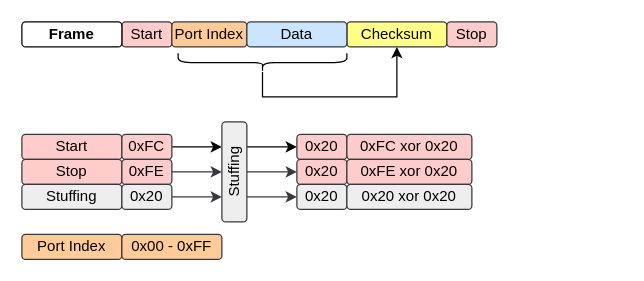
Earlier version of the draw.io diagram page "Protocol" (1 of 2) of Common/UartMultiplexer.drawio (sampidevkit/Library). Source tidied: cells renumbered, new cells numbered last; positions are measured from the earlier drawing's top-left corner, leaving out a move shared by most shapes. Both pictures are drawn from the tidied source at 125%, with x=0, y=0 at pixel (21, 21).
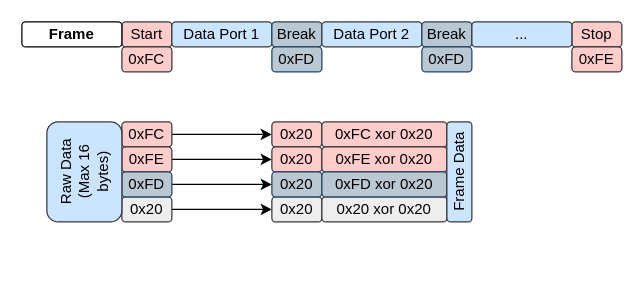
The same page after the edit.

The edit, as a diff of the source:
```diff
@@
-    <mxCell id="2" value="Checksum" style="rounded=1;whiteSpace=wrap;html=1;align=center;fillColor=#ffff88;strokeColor=#36393d;" parent="1" vertex="1">
-      <mxGeometry x="260" width="80" height="20" as="geometry" />
-    </mxCell>
@@
     <mxCell id="4" value="Stop" style="rounded=1;whiteSpace=wrap;html=1;fillColor=#ffcccc;strokeColor=#36393d;" parent="1" vertex="1">
-      <mxGeometry x="340" width="40" height="20" as="geometry" />
+      <mxGeometry x="440" width="40" height="20" as="geometry" />
     </mxCell>
@@
-    <mxCell id="6" value="Port Index" style="rounded=1;whiteSpace=wrap;html=1;fillColor=#ffcc99;strokeColor=#36393d;" parent="1" vertex="1">
-      <mxGeometry x="120" width="60" height="20" as="geometry" />
-    </mxCell>
-    <mxCell id="7" value="Data" style="rounded=1;whiteSpace=wrap;html=1;fillColor=#cce5ff;strokeColor=#36393d;" parent="1" vertex="1">
-      <mxGeometry x="180" width="80" height="20" as="geometry" />
+    <mxCell id="7" value="Data Port 1" style="rounded=1;whiteSpace=wrap;html=1;fillColor=#cce5ff;strokeColor=#36393d;" parent="1" vertex="1">
+      <mxGeometry x="120" width="80" height="20" as="geometry" />
     </mxCell>
-    <mxCell id="8" style="edgeStyle=orthogonalEdgeStyle;rounded=0;jettySize=auto;html=1;entryX=0.5;entryY=1;entryDx=0;entryDy=0;" parent="1" edge="1" source="9" target="2">
-      <mxGeometry relative="1" as="geometry">
-        <Array as="points">
-          <mxPoint x="193" y="60" />
-          <mxPoint x="300" y="60" />
-        </Array>
-      </mxGeometry>
-    </mxCell>
-    <mxCell id="9" style="shape=curlyBracket;whiteSpace=wrap;html=1;rounded=1;flipH=1;labelPosition=right;verticalLabelPosition=middle;align=left;verticalAlign=middle;direction=north;" parent="1" vertex="1">
-      <mxGeometry x="125" y="25" width="135" height="15" as="geometry" />
-    </mxCell>
-    <mxCell id="10" value="Start" style="rounded=1;whiteSpace=wrap;html=1;fillColor=#ffcccc;strokeColor=#36393d;" parent="1" vertex="1">
-      <mxGeometry y="90" width="80" height="20" as="geometry" />
-    </mxCell>
-    <mxCell id="11" value="Stop" style="rounded=1;whiteSpace=wrap;html=1;fillColor=#ffcccc;strokeColor=#36393d;" parent="1" vertex="1">
-      <mxGeometry y="110" width="80" height="20" as="geometry" />
-    </mxCell>
-    <mxCell id="12" value="Port Index" style="rounded=1;whiteSpace=wrap;html=1;fillColor=#ffcc99;strokeColor=#36393d;" parent="1" vertex="1">
-      <mxGeometry y="170" width="80" height="20" as="geometry" />
-    </mxCell>
-    <mxCell id="13" style="edgeStyle=orthogonalEdgeStyle;rounded=0;jettySize=auto;html=1;entryX=0.75;entryY=0;entryDx=0;entryDy=0;" parent="1" edge="1" source="14" target="21">
-      <mxGeometry relative="1" as="geometry" />
-    </mxCell>
+    <mxCell id="31" style="edgeStyle=orthogonalEdgeStyle;rounded=0;jettySize=auto;html=1;entryX=0;entryY=0.5;entryDx=0;entryDy=0;" parent="1" edge="1" source="14" target="22">
+      <mxGeometry relative="1" as="geometry" />
+    </mxCell>
     <mxCell id="14" value="0xFC" style="rounded=1;whiteSpace=wrap;html=1;fillColor=#ffcccc;strokeColor=#36393d;" parent="1" vertex="1">
-      <mxGeometry x="80" y="90" width="40" height="20" as="geometry" />
+      <mxGeometry x="80" y="80" width="40" height="20" as="geometry" />
     </mxCell>
-    <mxCell id="15" style="edgeStyle=orthogonalEdgeStyle;rounded=0;jettySize=auto;html=1;entryX=0.5;entryY=0;entryDx=0;entryDy=0;fillColor=#ffcccc;strokeColor=#36393d;" parent="1" edge="1" source="16" target="21">
-      <mxGeometry relative="1" as="geometry" />
-    </mxCell>
+    <mxCell id="32" style="edgeStyle=orthogonalEdgeStyle;rounded=0;jettySize=auto;html=1;entryX=0;entryY=0.5;entryDx=0;entryDy=0;" parent="1" edge="1" source="16" target="27">
+      <mxGeometry relative="1" as="geometry" />
+    </mxCell>
     <mxCell id="16" value="0xFE" style="rounded=1;whiteSpace=wrap;html=1;fillColor=#ffcccc;strokeColor=#36393d;" parent="1" vertex="1">
-      <mxGeometry x="80" y="110" width="40" height="20" as="geometry" />
+      <mxGeometry x="80" y="100" width="40" height="20" as="geometry" />
     </mxCell>
-    <mxCell id="17" value="0x00 - 0xFF" style="rounded=1;whiteSpace=wrap;html=1;fillColor=#ffcc99;strokeColor=#36393d;" parent="1" vertex="1">
-      <mxGeometry x="80" y="170" width="80" height="20" as="geometry" />
-    </mxCell>
-    <mxCell id="18" style="edgeStyle=orthogonalEdgeStyle;rounded=0;jettySize=auto;html=1;exitX=0.75;exitY=1;exitDx=0;exitDy=0;entryX=0;entryY=0.5;entryDx=0;entryDy=0;" parent="1" edge="1" source="21" target="22">
-      <mxGeometry relative="1" as="geometry" />
-    </mxCell>
-    <mxCell id="19" style="edgeStyle=orthogonalEdgeStyle;rounded=0;jettySize=auto;html=1;entryX=0;entryY=0.5;entryDx=0;entryDy=0;fillColor=#ffcccc;strokeColor=#36393d;" parent="1" edge="1" source="21" target="27">
-      <mxGeometry relative="1" as="geometry" />
-    </mxCell>
-    <mxCell id="20" style="edgeStyle=orthogonalEdgeStyle;rounded=0;jettySize=auto;html=1;exitX=0.25;exitY=1;exitDx=0;exitDy=0;entryX=0;entryY=0.5;entryDx=0;entryDy=0;fillColor=#eeeeee;strokeColor=#36393d;" parent="1" edge="1" source="21" target="29">
-      <mxGeometry relative="1" as="geometry" />
-    </mxCell>
-    <mxCell id="21" value="Stuffing" style="rounded=1;whiteSpace=wrap;html=1;rotation=-90;fillColor=#eeeeee;strokeColor=#36393d;" parent="1" vertex="1">
-      <mxGeometry x="130" y="110" width="80" height="20" as="geometry" />
-    </mxCell>
     <mxCell id="22" value="0x20" style="rounded=1;whiteSpace=wrap;html=1;fillColor=#ffcccc;strokeColor=#36393d;" parent="1" vertex="1">
-      <mxGeometry x="220" y="90" width="40" height="20" as="geometry" />
+      <mxGeometry x="200" y="80" width="40" height="20" as="geometry" />
     </mxCell>
-    <mxCell id="23" value="Stuffing" style="rounded=1;whiteSpace=wrap;html=1;fillColor=#eeeeee;strokeColor=#36393d;" parent="1" vertex="1">
-      <mxGeometry y="130" width="80" height="20" as="geometry" />
-    </mxCell>
-    <mxCell id="24" style="edgeStyle=orthogonalEdgeStyle;rounded=0;jettySize=auto;html=1;entryX=0.25;entryY=0;entryDx=0;entryDy=0;fillColor=#eeeeee;strokeColor=#36393d;" parent="1" edge="1" source="25" target="21">
-      <mxGeometry relative="1" as="geometry" />
-    </mxCell>
+    <mxCell id="33" style="edgeStyle=orthogonalEdgeStyle;rounded=0;jettySize=auto;html=1;entryX=0;entryY=0.5;entryDx=0;entryDy=0;" parent="1" edge="1" source="25" target="29">
+      <mxGeometry relative="1" as="geometry" />
+    </mxCell>
     <mxCell id="25" value="0x20" style="rounded=1;whiteSpace=wrap;html=1;fillColor=#eeeeee;strokeColor=#36393d;" parent="1" vertex="1">
-      <mxGeometry x="80" y="130" width="40" height="20" as="geometry" />
+      <mxGeometry x="80" y="140" width="40" height="20" as="geometry" />
     </mxCell>
     <mxCell id="26" value="0xFC xor 0x20" style="rounded=1;whiteSpace=wrap;html=1;fillColor=#ffcccc;strokeColor=#36393d;" parent="1" vertex="1">
-      <mxGeometry x="260" y="90" width="100" height="20" as="geometry" />
+      <mxGeometry x="240" y="80" width="100" height="20" as="geometry" />
     </mxCell>
     <mxCell id="27" value="0x20" style="rounded=1;whiteSpace=wrap;html=1;fillColor=#ffcccc;strokeColor=#36393d;" parent="1" vertex="1">
-      <mxGeometry x="220" y="110" width="40" height="20" as="geometry" />
+      <mxGeometry x="200" y="100" width="40" height="20" as="geometry" />
     </mxCell>
     <mxCell id="28" value="0xFE xor 0x20" style="rounded=1;whiteSpace=wrap;html=1;fillColor=#ffcccc;strokeColor=#36393d;" parent="1" vertex="1">
-      <mxGeometry x="260" y="110" width="100" height="20" as="geometry" />
+      <mxGeometry x="240" y="100" width="100" height="20" as="geometry" />
     </mxCell>
     <mxCell id="29" value="0x20" style="rounded=1;whiteSpace=wrap;html=1;fillColor=#eeeeee;strokeColor=#36393d;" parent="1" vertex="1">
-      <mxGeometry x="220" y="130" width="40" height="20" as="geometry" />
+      <mxGeometry x="200" y="140" width="40" height="20" as="geometry" />
     </mxCell>
     <mxCell id="30" value="0x20 xor 0x20" style="rounded=1;whiteSpace=wrap;html=1;fillColor=#eeeeee;strokeColor=#36393d;" parent="1" vertex="1">
-      <mxGeometry x="260" y="130" width="100" height="20" as="geometry" />
+      <mxGeometry x="240" y="140" width="100" height="20" as="geometry" />
     </mxCell>
+    <mxCell id="34" value="Break" style="rounded=1;whiteSpace=wrap;html=1;fillColor=#bac8d3;strokeColor=#23445d;" parent="1" vertex="1">
+      <mxGeometry x="200" width="40" height="20" as="geometry" />
+    </mxCell>
+    <mxCell id="35" value="Data Port 2" style="rounded=1;whiteSpace=wrap;html=1;fillColor=#cce5ff;strokeColor=#36393d;" parent="1" vertex="1">
+      <mxGeometry x="240" width="80" height="20" as="geometry" />
+    </mxCell>
+    <mxCell id="36" value="Break" style="rounded=1;whiteSpace=wrap;html=1;fillColor=#bac8d3;strokeColor=#23445d;" parent="1" vertex="1">
+      <mxGeometry x="320" width="40" height="20" as="geometry" />
+    </mxCell>
+    <mxCell id="37" value="..." style="rounded=1;whiteSpace=wrap;html=1;fillColor=#cce5ff;strokeColor=#36393d;" parent="1" vertex="1">
+      <mxGeometry x="360" width="80" height="20" as="geometry" />
+    </mxCell>
+    <mxCell id="38" value="0xFC" style="rounded=1;whiteSpace=wrap;html=1;fillColor=#ffcccc;strokeColor=#36393d;" parent="1" vertex="1">
+      <mxGeometry x="80" y="20" width="40" height="20" as="geometry" />
+    </mxCell>
+    <mxCell id="39" value="0xFD" style="rounded=1;whiteSpace=wrap;html=1;fillColor=#bac8d3;strokeColor=#23445d;" parent="1" vertex="1">
+      <mxGeometry x="200" y="20" width="40" height="20" as="geometry" />
+    </mxCell>
+    <mxCell id="40" value="0xFD" style="rounded=1;whiteSpace=wrap;html=1;fillColor=#bac8d3;strokeColor=#23445d;" parent="1" vertex="1">
+      <mxGeometry x="320" y="20" width="40" height="20" as="geometry" />
+    </mxCell>
+    <mxCell id="41" value="0xFE" style="rounded=1;whiteSpace=wrap;html=1;fillColor=#ffcccc;strokeColor=#36393d;" parent="1" vertex="1">
+      <mxGeometry x="440" y="20" width="40" height="20" as="geometry" />
+    </mxCell>
+    <mxCell id="42" style="edgeStyle=orthogonalEdgeStyle;rounded=0;jettySize=auto;html=1;entryX=0;entryY=0.5;entryDx=0;entryDy=0;" parent="1" edge="1" source="43" target="44">
+      <mxGeometry relative="1" as="geometry" />
+    </mxCell>
+    <mxCell id="43" value="0xFD" style="rounded=1;whiteSpace=wrap;html=1;fillColor=#bac8d3;strokeColor=#23445d;" parent="1" vertex="1">
+      <mxGeometry x="80" y="120" width="40" height="20" as="geometry" />
+    </mxCell>
+    <mxCell id="44" value="0x20" style="rounded=1;whiteSpace=wrap;html=1;fillColor=#bac8d3;strokeColor=#23445d;" parent="1" vertex="1">
+      <mxGeometry x="200" y="120" width="40" height="20" as="geometry" />
+    </mxCell>
+    <mxCell id="45" value="0xFD xor 0x20" style="rounded=1;whiteSpace=wrap;html=1;fillColor=#bac8d3;strokeColor=#23445d;" parent="1" vertex="1">
+      <mxGeometry x="240" y="120" width="100" height="20" as="geometry" />
+    </mxCell>
+    <mxCell id="46" value="Raw Data&lt;br&gt;(Max 16 bytes)" style="rounded=1;whiteSpace=wrap;html=1;fillColor=#cce5ff;strokeColor=#36393d;horizontal=0;verticalAlign=middle;" parent="1" vertex="1">
+      <mxGeometry x="20" y="80" width="60" height="80" as="geometry" />
+    </mxCell>
+    <mxCell id="47" value="Frame Data" style="rounded=1;whiteSpace=wrap;html=1;fillColor=#cce5ff;strokeColor=#36393d;horizontal=0;verticalAlign=middle;" parent="1" vertex="1">
+      <mxGeometry x="340" y="80" width="20" height="80" as="geometry" />
+    </mxCell>
```
